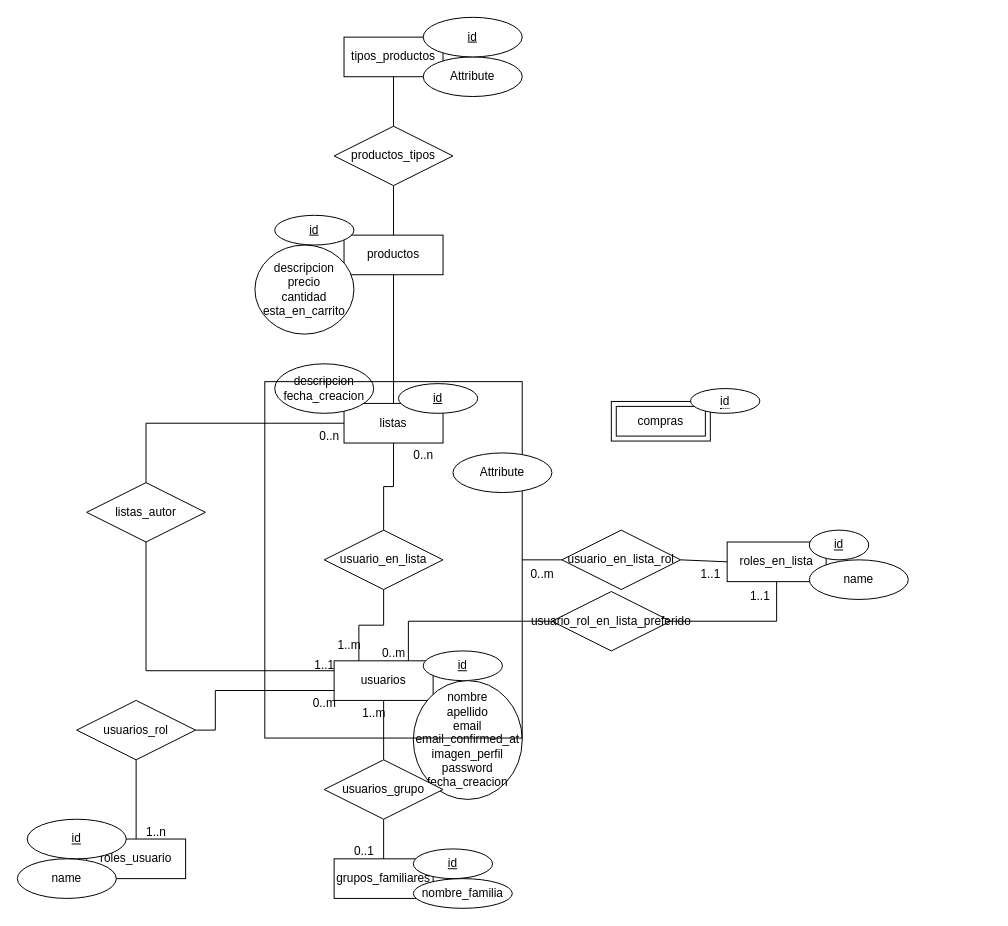
The draw.io diagram DER.drawio in eghar2001/Soporte-TareaROI, before the edit. Source tidied: cells renumbered, new cells numbered last; positions are measured from the earlier drawing's top-left corner, leaving out a move shared by most shapes. Both pictures are drawn from the tidied source at 99%, with x=0, y=0 at pixel (17, 17).
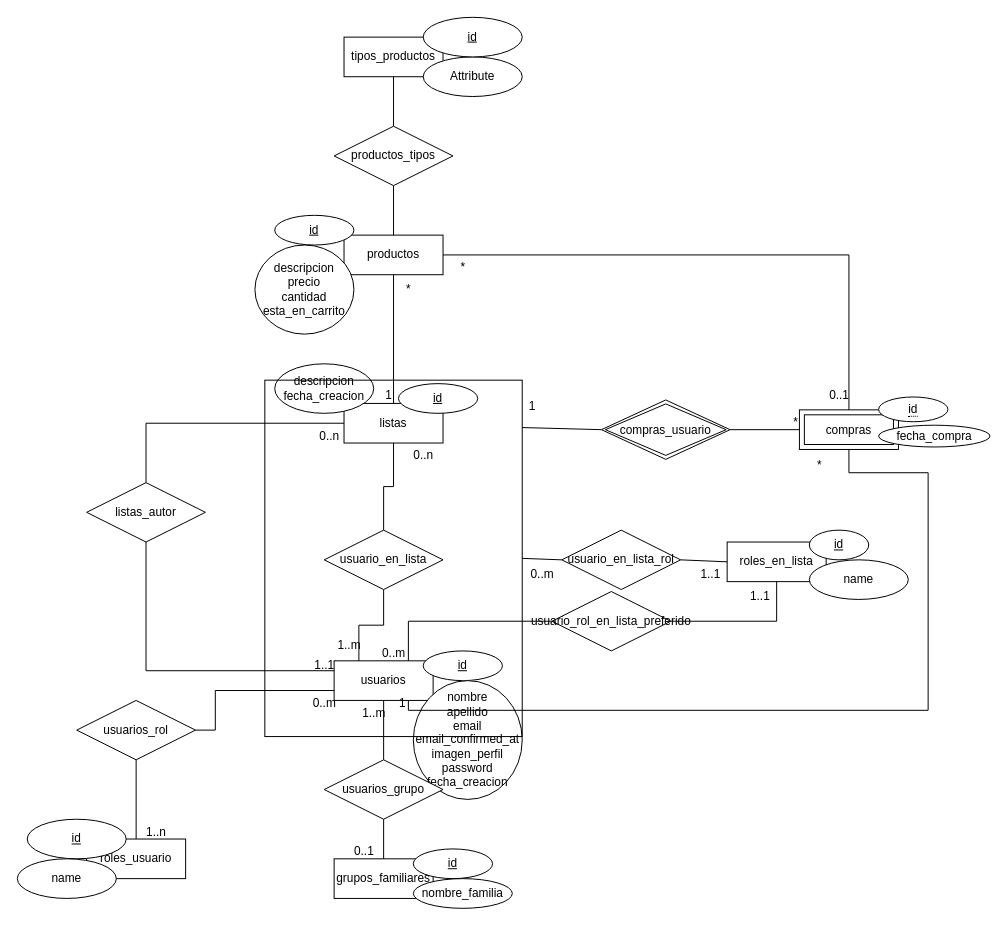
The same page after the edit.

Commit message (it also covers changes not shown here):
Se agrego la funcionalidad de compra

Unchanged cells that the change refers to:
```xml
<mxCell id="2" value="productos" style="whiteSpace=wrap;html=1;align=center;" parent="1" vertex="1">
  <mxGeometry x="330" y="220" width="100" height="40" as="geometry" />
</mxCell>
<mxCell id="11" value="usuarios" style="whiteSpace=wrap;html=1;align=center;" parent="1" vertex="1">
  <mxGeometry x="320" y="650" width="100" height="40" as="geometry" />
</mxCell>
```

What changed in the source:
```diff
@@
     <mxCell id="38" style="rounded=0;whiteSpace=wrap;html=1;fillColor=none;" parent="1" vertex="1">
-      <mxGeometry x="250" y="368" width="260" height="360" as="geometry" />
+      <mxGeometry x="250" y="366.5" width="260" height="360" as="geometry" />
     </mxCell>
@@
     <mxCell id="58" value="compras" style="shape=ext;margin=3;double=1;whiteSpace=wrap;html=1;align=center;" parent="1" vertex="1">
-      <mxGeometry x="600" y="388" width="100" height="40" as="geometry" />
+      <mxGeometry x="790" y="396.5" width="100" height="40" as="geometry" />
     </mxCell>
     <mxCell id="59" value="&lt;span style=&quot;border-bottom: 1px dotted&quot;&gt;id&lt;/span&gt;" style="ellipse;whiteSpace=wrap;html=1;align=center;" parent="1" vertex="1">
-      <mxGeometry x="680" y="375" width="70" height="25" as="geometry" />
+      <mxGeometry x="870" y="383.5" width="70" height="25" as="geometry" />
     </mxCell>
-    <mxCell id="60" value="Attribute" style="ellipse;whiteSpace=wrap;html=1;align=center;" parent="1" vertex="1">
-      <mxGeometry x="440" y="440" width="100" height="40" as="geometry" />
-    </mxCell>
+    <mxCell id="61" style="endArrow=none;html=1;rounded=0;entryX=0;entryY=0.5;entryDx=0;entryDy=0;exitX=1;exitY=0.5;exitDx=0;exitDy=0;" parent="1" edge="1" source="64" target="58">
+      <mxGeometry relative="1" as="geometry" />
+    </mxCell>
+    <mxCell id="62" value="*" style="html=1;whiteSpace=wrap;align=right;verticalAlign=bottom;" parent="61" vertex="1">
+      <mxGeometry x="1" relative="1" as="geometry" />
+    </mxCell>
+    <mxCell id="63" style="endArrow=none;html=1;rounded=0;entryX=0;entryY=0.5;entryDx=0;entryDy=0;exitX=1;exitY=0.133;exitDx=0;exitDy=0;exitPerimeter=0;" parent="1" edge="1" source="38" target="64">
+      <mxGeometry relative="1" as="geometry" />
+    </mxCell>
+    <mxCell id="64" value="compras_usuario" style="shape=rhombus;double=1;perimeter=rhombusPerimeter;whiteSpace=wrap;html=1;align=center;" parent="1" vertex="1">
+      <mxGeometry x="590" y="386.5" width="130" height="60" as="geometry" />
+    </mxCell>
+    <mxCell id="65" value="1" style="text;html=1;align=center;verticalAlign=middle;strokeColor=none;fillColor=none;" parent="1" vertex="1">
+      <mxGeometry x="505" y="378" width="30" height="30" as="geometry" />
+    </mxCell>
+    <mxCell id="66" value="fecha_compra" style="ellipse;whiteSpace=wrap;html=1;align=center;" parent="1" vertex="1">
+      <mxGeometry x="870" y="412" width="112.5" height="22" as="geometry" />
+    </mxCell>
+    <mxCell id="67" style="endArrow=none;html=1;rounded=0;exitX=1;exitY=0.5;exitDx=0;exitDy=0;entryX=0.5;entryY=0;entryDx=0;entryDy=0;edgeStyle=orthogonalEdgeStyle;" parent="1" edge="1" source="2" target="58">
+      <mxGeometry relative="1" as="geometry" />
+    </mxCell>
+    <mxCell id="68" value="*" style="text;html=1;align=center;verticalAlign=middle;strokeColor=none;fillColor=none;" parent="1" vertex="1">
+      <mxGeometry x="380" y="260" width="30" height="30" as="geometry" />
+    </mxCell>
+    <mxCell id="69" value="1" style="text;html=1;align=center;verticalAlign=middle;strokeColor=none;fillColor=none;" parent="1" vertex="1">
+      <mxGeometry x="360" y="366.5" width="30" height="30" as="geometry" />
+    </mxCell>
+    <mxCell id="70" value="*" style="text;html=1;align=center;verticalAlign=middle;strokeColor=none;fillColor=none;" parent="1" vertex="1">
+      <mxGeometry x="435" y="238" width="30" height="30" as="geometry" />
+    </mxCell>
+    <mxCell id="71" value="0..1" style="text;html=1;align=center;verticalAlign=middle;strokeColor=none;fillColor=none;" parent="1" vertex="1">
+      <mxGeometry x="810" y="366.5" width="40" height="30" as="geometry" />
+    </mxCell>
+    <mxCell id="72" style="endArrow=none;html=1;rounded=0;entryX=0.5;entryY=1;entryDx=0;entryDy=0;exitX=0.75;exitY=1;exitDx=0;exitDy=0;edgeStyle=orthogonalEdgeStyle;" parent="1" edge="1" source="11" target="58">
+      <mxGeometry relative="1" as="geometry">
+        <Array as="points">
+          <mxPoint x="395" y="700" />
+          <mxPoint x="920" y="700" />
+          <mxPoint x="920" y="460" />
+          <mxPoint x="840" y="460" />
+        </Array>
+      </mxGeometry>
+    </mxCell>
+    <mxCell id="73" value="*" style="text;html=1;align=center;verticalAlign=middle;strokeColor=none;fillColor=none;" parent="1" vertex="1">
+      <mxGeometry x="795" y="438" width="30" height="30" as="geometry" />
+    </mxCell>
+    <mxCell id="74" value="1" style="text;html=1;align=center;verticalAlign=middle;strokeColor=none;fillColor=none;" parent="1" vertex="1">
+      <mxGeometry x="374" y="678" width="30" height="30" as="geometry" />
+    </mxCell>
```
